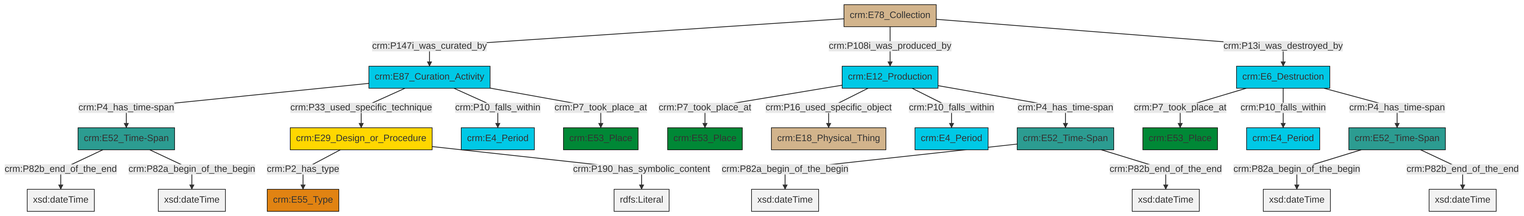
The Mermaid diagram et/archivalCSV/ttl/mmd/png/archival_existence.png in swiss-art-research-net/docs.swissartresearch, before a commit. Its source is kept beside it as et/archivalCSV/ttl/mmd/archival_existence.ttl.mmd.
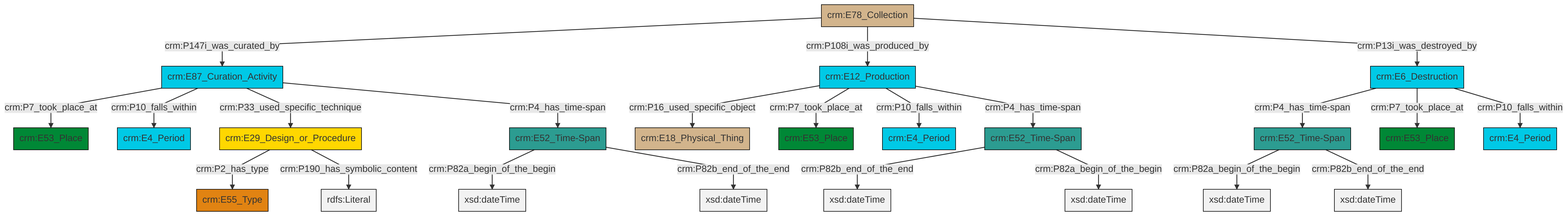
Above is the later version.

Diff of the diagram source:
```diff
@@ -13,25 +13,25 @@
 classDef PC_Classes fill:#4ce600, stroke:#000000;
 classDef Multi fill:#cccccc,stroke:#000000;
 
-0["crm:E12_Production"]:::Temporal_Entity -->|crm:P7_took_place_at| 1["crm:E53_Place"]:::Place
-4["crm:E52_Time-Span"]:::Time-Span -->|crm:P82a_begin_of_the_begin| 5[xsd:dateTime]:::Literal
-6["crm:E78_Collection"]:::Physical_Thing -->|crm:P147i_was_curated_by| 7["crm:E87_Curation_Activity"]:::Temporal_Entity
-7["crm:E87_Curation_Activity"]:::Temporal_Entity -->|crm:P4_has_time-span| 8["crm:E52_Time-Span"]:::Time-Span
-8["crm:E52_Time-Span"]:::Time-Span -->|crm:P82b_end_of_the_end| 12[xsd:dateTime]:::Literal
-14["crm:E6_Destruction"]:::Temporal_Entity -->|crm:P7_took_place_at| 15["crm:E53_Place"]:::Place
-8["crm:E52_Time-Span"]:::Time-Span -->|crm:P82a_begin_of_the_begin| 16[xsd:dateTime]:::Literal
-9["crm:E52_Time-Span"]:::Time-Span -->|crm:P82a_begin_of_the_begin| 17[xsd:dateTime]:::Literal
-0["crm:E12_Production"]:::Temporal_Entity -->|crm:P16_used_specific_object| 18["crm:E18_Physical_Thing"]:::Physical_Thing
-14["crm:E6_Destruction"]:::Temporal_Entity -->|crm:P10_falls_within| 2["crm:E4_Period"]:::Temporal_Entity
-4["crm:E52_Time-Span"]:::Time-Span -->|crm:P82b_end_of_the_end| 21[xsd:dateTime]:::Literal
-6["crm:E78_Collection"]:::Physical_Thing -->|crm:P108i_was_produced_by| 0["crm:E12_Production"]:::Temporal_Entity
-26["crm:E29_Design_or_Procedure"]:::Conceptual_Object -->|crm:P2_has_type| 23["crm:E55_Type"]:::Type
-9["crm:E52_Time-Span"]:::Time-Span -->|crm:P82b_end_of_the_end| 27[xsd:dateTime]:::Literal
-26["crm:E29_Design_or_Procedure"]:::Conceptual_Object -->|crm:P190_has_symbolic_content| 28[rdfs:Literal]:::Literal
-14["crm:E6_Destruction"]:::Temporal_Entity -->|crm:P4_has_time-span| 4["crm:E52_Time-Span"]:::Time-Span
-0["crm:E12_Production"]:::Temporal_Entity -->|crm:P10_falls_within| 29["crm:E4_Period"]:::Temporal_Entity
-7["crm:E87_Curation_Activity"]:::Temporal_Entity -->|crm:P33_used_specific_technique| 26["crm:E29_Design_or_Procedure"]:::Conceptual_Object
-7["crm:E87_Curation_Activity"]:::Temporal_Entity -->|crm:P10_falls_within| 35["crm:E4_Period"]:::Temporal_Entity
-6["crm:E78_Collection"]:::Physical_Thing -->|crm:P13i_was_destroyed_by| 14["crm:E6_Destruction"]:::Temporal_Entity
-7["crm:E87_Curation_Activity"]:::Temporal_Entity -->|crm:P7_took_place_at| 19["crm:E53_Place"]:::Place
-0["crm:E12_Production"]:::Temporal_Entity -->|crm:P4_has_time-span| 9["crm:E52_Time-Span"]:::Time-Span
+2["crm:E52_Time-Span"]:::Time-Span -->|crm:P82a_begin_of_the_begin| 3[xsd:dateTime]:::Literal
+0["crm:E87_Curation_Activity"]:::Temporal_Entity -->|crm:P7_took_place_at| 6["crm:E53_Place"]:::Place
+7["crm:E78_Collection"]:::Physical_Thing -->|crm:P147i_was_curated_by| 0["crm:E87_Curation_Activity"]:::Temporal_Entity
+8["crm:E6_Destruction"]:::Temporal_Entity -->|crm:P4_has_time-span| 9["crm:E52_Time-Span"]:::Time-Span
+2["crm:E52_Time-Span"]:::Time-Span -->|crm:P82b_end_of_the_end| 12[xsd:dateTime]:::Literal
+18["crm:E52_Time-Span"]:::Time-Span -->|crm:P82b_end_of_the_end| 19[xsd:dateTime]:::Literal
+9["crm:E52_Time-Span"]:::Time-Span -->|crm:P82a_begin_of_the_begin| 20[xsd:dateTime]:::Literal
+8["crm:E6_Destruction"]:::Temporal_Entity -->|crm:P7_took_place_at| 13["crm:E53_Place"]:::Place
+9["crm:E52_Time-Span"]:::Time-Span -->|crm:P82b_end_of_the_end| 22[xsd:dateTime]:::Literal
+7["crm:E78_Collection"]:::Physical_Thing -->|crm:P108i_was_produced_by| 16["crm:E12_Production"]:::Temporal_Entity
+16["crm:E12_Production"]:::Temporal_Entity -->|crm:P16_used_specific_object| 4["crm:E18_Physical_Thing"]:::Physical_Thing
+0["crm:E87_Curation_Activity"]:::Temporal_Entity -->|crm:P10_falls_within| 26["crm:E4_Period"]:::Temporal_Entity
+0["crm:E87_Curation_Activity"]:::Temporal_Entity -->|crm:P33_used_specific_technique| 29["crm:E29_Design_or_Procedure"]:::Conceptual_Object
+8["crm:E6_Destruction"]:::Temporal_Entity -->|crm:P10_falls_within| 23["crm:E4_Period"]:::Temporal_Entity
+18["crm:E52_Time-Span"]:::Time-Span -->|crm:P82a_begin_of_the_begin| 30[xsd:dateTime]:::Literal
+7["crm:E78_Collection"]:::Physical_Thing -->|crm:P13i_was_destroyed_by| 8["crm:E6_Destruction"]:::Temporal_Entity
+16["crm:E12_Production"]:::Temporal_Entity -->|crm:P7_took_place_at| 34["crm:E53_Place"]:::Place
+16["crm:E12_Production"]:::Temporal_Entity -->|crm:P10_falls_within| 31["crm:E4_Period"]:::Temporal_Entity
+29["crm:E29_Design_or_Procedure"]:::Conceptual_Object -->|crm:P2_has_type| 10["crm:E55_Type"]:::Type
+29["crm:E29_Design_or_Procedure"]:::Conceptual_Object -->|crm:P190_has_symbolic_content| 37[rdfs:Literal]:::Literal
+0["crm:E87_Curation_Activity"]:::Temporal_Entity -->|crm:P4_has_time-span| 2["crm:E52_Time-Span"]:::Time-Span
+16["crm:E12_Production"]:::Temporal_Entity -->|crm:P4_has_time-span| 18["crm:E52_Time-Span"]:::Time-Span
```
